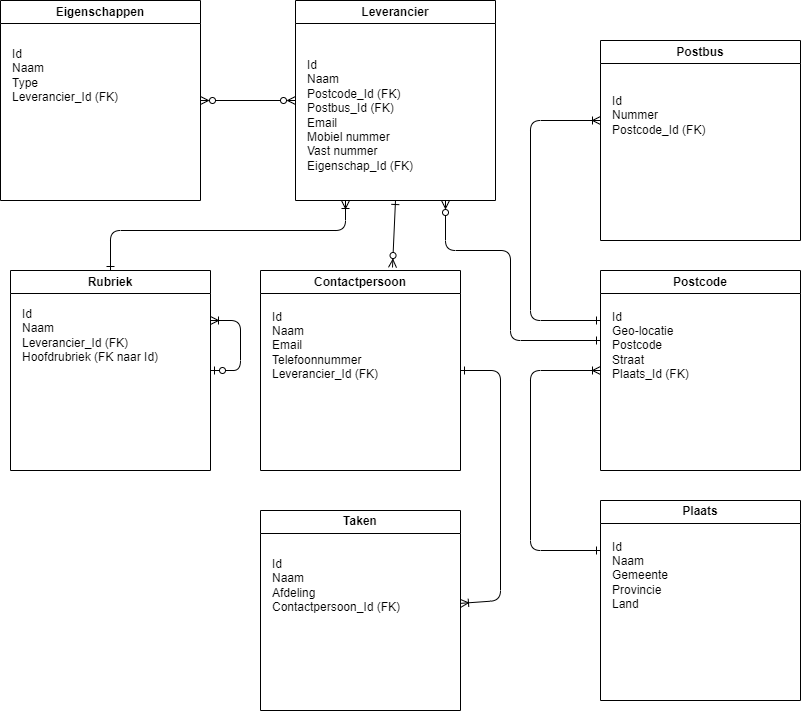
This is relational-data-storage/opdracht-1/DS-opdracht-1-v1.drawio.png from Dabra720/educom-data-science, a draw.io export, as it was before one commit. Source tidied: cells renumbered, new cells last; positions are measured from the earlier drawing's top-left corner, leaving out a move shared by most shapes. Source of this version:
```xml
<mxGraphModel>
  <root>
    <mxCell id="0" />
    <mxCell id="1" parent="0" />
    <mxCell id="2" style="edgeStyle=none;html=1;startArrow=ERzeroToMany;startFill=0;endArrow=ERone;endFill=0;exitX=0.75;exitY=1;exitDx=0;exitDy=0;" parent="1" edge="1" source="3">
      <mxGeometry relative="1" as="geometry">
        <mxPoint x="600" y="340" as="targetPoint" />
        <Array as="points">
          <mxPoint x="445" y="250" />
          <mxPoint x="510" y="250" />
          <mxPoint x="510" y="340" />
        </Array>
      </mxGeometry>
    </mxCell>
    <mxCell id="3" value="Leverancier" style="swimlane;whiteSpace=wrap;html=1;" parent="1" vertex="1">
      <mxGeometry x="295" width="200" height="200" as="geometry" />
    </mxCell>
    <mxCell id="4" value="Id&lt;br&gt;Naam&lt;br&gt;Postcode_Id (FK)&lt;br&gt;Postbus_Id (FK)&lt;br&gt;Email&lt;br&gt;Mobiel nummer&lt;br&gt;Vast nummer&lt;br&gt;Eigenschap_Id (FK)" style="text;html=1;align=left;verticalAlign=middle;strokeColor=none;fillColor=none;" parent="3" vertex="1">
      <mxGeometry x="10" y="50" width="130" height="130" as="geometry" />
    </mxCell>
    <mxCell id="5" style="edgeStyle=none;html=1;entryX=0.25;entryY=1;entryDx=0;entryDy=0;endArrow=ERoneToMany;endFill=0;startArrow=ERone;startFill=0;" parent="1" edge="1" source="7" target="3">
      <mxGeometry relative="1" as="geometry">
        <Array as="points">
          <mxPoint x="110" y="230" />
          <mxPoint x="345" y="230" />
        </Array>
      </mxGeometry>
    </mxCell>
    <mxCell id="6" style="edgeStyle=none;html=1;startArrow=ERzeroToOne;startFill=0;endArrow=ERoneToMany;endFill=0;entryX=1;entryY=0.25;entryDx=0;entryDy=0;exitX=1;exitY=0.5;exitDx=0;exitDy=0;" parent="1" edge="1" source="7" target="7">
      <mxGeometry relative="1" as="geometry">
        <Array as="points">
          <mxPoint x="240" y="370" />
          <mxPoint x="240" y="320" />
        </Array>
      </mxGeometry>
    </mxCell>
    <mxCell id="7" value="Rubriek" style="swimlane;whiteSpace=wrap;html=1;" parent="1" vertex="1">
      <mxGeometry x="10" y="270" width="200" height="200" as="geometry" />
    </mxCell>
    <mxCell id="8" value="Id&lt;br&gt;Naam&lt;br&gt;Leverancier_Id (FK)&lt;br&gt;Hoofdrubriek (FK naar Id)" style="text;html=1;align=left;verticalAlign=middle;strokeColor=none;fillColor=none;" parent="7" vertex="1">
      <mxGeometry x="10" y="30" width="160" height="70" as="geometry" />
    </mxCell>
    <mxCell id="9" style="edgeStyle=none;html=1;entryX=0.5;entryY=1;entryDx=0;entryDy=0;startArrow=ERzeroToMany;startFill=0;endArrow=ERone;endFill=0;exitX=0.66;exitY=-0.015;exitDx=0;exitDy=0;exitPerimeter=0;" parent="1" edge="1" source="10" target="3">
      <mxGeometry relative="1" as="geometry" />
    </mxCell>
    <mxCell id="10" value="Contactpersoon" style="swimlane;whiteSpace=wrap;html=1;" parent="1" vertex="1">
      <mxGeometry x="260" y="270" width="200" height="200" as="geometry" />
    </mxCell>
    <mxCell id="11" value="Id&lt;br&gt;Naam&lt;br&gt;Email&lt;br&gt;Telefoonnummer&lt;br&gt;Leverancier_Id (FK)" style="text;html=1;align=left;verticalAlign=middle;strokeColor=none;fillColor=none;" parent="10" vertex="1">
      <mxGeometry x="10" y="30" width="130" height="90" as="geometry" />
    </mxCell>
    <mxCell id="12" style="edgeStyle=none;html=1;entryX=0;entryY=0.25;entryDx=0;entryDy=0;startArrow=ERoneToMany;startFill=0;endArrow=ERone;endFill=0;" parent="1" edge="1" source="13" target="15">
      <mxGeometry relative="1" as="geometry">
        <Array as="points">
          <mxPoint x="530" y="370" />
          <mxPoint x="530" y="550" />
        </Array>
      </mxGeometry>
    </mxCell>
    <mxCell id="13" value="Postcode" style="swimlane;whiteSpace=wrap;html=1;" parent="1" vertex="1">
      <mxGeometry x="600" y="270" width="200" height="200" as="geometry" />
    </mxCell>
    <mxCell id="14" value="Id&lt;br&gt;Geo-locatie&lt;br&gt;Postcode&lt;br&gt;Straat&lt;br&gt;Plaats_Id (FK)" style="text;html=1;align=left;verticalAlign=middle;strokeColor=none;fillColor=none;" parent="13" vertex="1">
      <mxGeometry x="10" y="30" width="100" height="90" as="geometry" />
    </mxCell>
    <mxCell id="15" value="Plaats" style="swimlane;whiteSpace=wrap;html=1;" parent="1" vertex="1">
      <mxGeometry x="600" y="500" width="200" height="200" as="geometry" />
    </mxCell>
    <mxCell id="16" value="Id&lt;br&gt;Naam&lt;br&gt;Gemeente&lt;br&gt;Provincie&lt;br&gt;Land" style="text;html=1;align=left;verticalAlign=middle;strokeColor=none;fillColor=none;" parent="15" vertex="1">
      <mxGeometry x="10" y="30" width="80" height="90" as="geometry" />
    </mxCell>
    <mxCell id="17" style="edgeStyle=none;html=1;entryX=0;entryY=0.25;entryDx=0;entryDy=0;startArrow=ERoneToMany;startFill=0;endArrow=ERone;endFill=0;" parent="1" edge="1" target="13">
      <mxGeometry relative="1" as="geometry">
        <mxPoint x="600" y="120" as="sourcePoint" />
        <Array as="points">
          <mxPoint x="530" y="120" />
          <mxPoint x="530" y="320" />
        </Array>
      </mxGeometry>
    </mxCell>
    <mxCell id="18" value="Postbus" style="swimlane;whiteSpace=wrap;html=1;" parent="1" vertex="1">
      <mxGeometry x="600" y="40" width="200" height="200" as="geometry" />
    </mxCell>
    <mxCell id="19" value="Id&lt;br&gt;Nummer&lt;br&gt;Postcode_Id (FK)" style="text;html=1;align=left;verticalAlign=middle;strokeColor=none;fillColor=none;" parent="18" vertex="1">
      <mxGeometry x="10" y="45" width="120" height="60" as="geometry" />
    </mxCell>
    <mxCell id="20" style="edgeStyle=none;html=1;entryX=0;entryY=0.5;entryDx=0;entryDy=0;startArrow=ERzeroToMany;startFill=0;endArrow=ERzeroToMany;endFill=0;" parent="1" edge="1" source="21" target="3">
      <mxGeometry relative="1" as="geometry" />
    </mxCell>
    <mxCell id="21" value="Eigenschappen" style="swimlane;whiteSpace=wrap;html=1;" parent="1" vertex="1">
      <mxGeometry width="200" height="200" as="geometry" />
    </mxCell>
    <mxCell id="22" value="Id&lt;br&gt;Naam&lt;br&gt;Type&lt;br&gt;Leverancier_Id (FK)" style="text;html=1;align=left;verticalAlign=middle;strokeColor=none;fillColor=none;" parent="21" vertex="1">
      <mxGeometry x="10" y="40" width="130" height="70" as="geometry" />
    </mxCell>
    <mxCell id="23" style="edgeStyle=none;html=1;entryX=1;entryY=0.5;entryDx=0;entryDy=0;startArrow=ERoneToMany;startFill=0;endArrow=ERone;endFill=0;" parent="1" edge="1" source="24" target="10">
      <mxGeometry relative="1" as="geometry">
        <Array as="points">
          <mxPoint x="500" y="600" />
          <mxPoint x="500" y="370" />
        </Array>
      </mxGeometry>
    </mxCell>
    <mxCell id="24" value="Taken" style="swimlane;whiteSpace=wrap;html=1;" parent="1" vertex="1">
      <mxGeometry x="260" y="510" width="200" height="200" as="geometry" />
    </mxCell>
    <mxCell id="25" value="Id&lt;br&gt;Naam&lt;br&gt;Afdeling&lt;br&gt;Contactpersoon_Id (FK)" style="text;html=1;align=left;verticalAlign=middle;strokeColor=none;fillColor=none;" parent="24" vertex="1">
      <mxGeometry x="10" y="40" width="150" height="70" as="geometry" />
    </mxCell>
  </root>
</mxGraphModel>
```
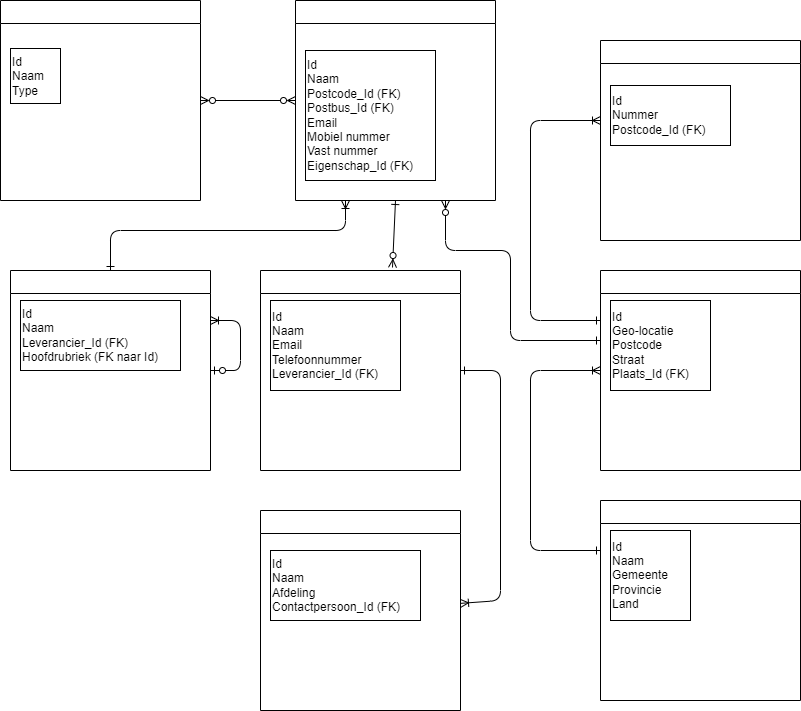
After the commit.

What changed in the source:
```diff
@@ -1,8 +1,8 @@
-<mxGraphModel>
+<mxGraphModel background="#ffffff">
   <root>
     <mxCell id="0" />
     <mxCell id="1" parent="0" />
-    <mxCell id="2" style="edgeStyle=none;html=1;startArrow=ERzeroToMany;startFill=0;endArrow=ERone;endFill=0;exitX=0.75;exitY=1;exitDx=0;exitDy=0;" parent="1" edge="1" source="3">
+    <mxCell id="2" style="edgeStyle=none;html=1;startArrow=ERzeroToMany;startFill=0;endArrow=ERone;endFill=0;exitX=0.75;exitY=1;exitDx=0;exitDy=0;strokeColor=#000000;fontColor=#000000;" parent="1" edge="1" source="3">
       <mxGeometry relative="1" as="geometry">
         <mxPoint x="600" y="340" as="targetPoint" />
         <Array as="points">
@@ -12,13 +12,13 @@
         </Array>
       </mxGeometry>
     </mxCell>
-    <mxCell id="3" value="Leverancier" style="swimlane;whiteSpace=wrap;html=1;" parent="1" vertex="1">
+    <mxCell id="3" value="Leverancier" style="swimlane;whiteSpace=wrap;html=1;strokeColor=#000000;fontColor=#FFFFFF;" parent="1" vertex="1">
       <mxGeometry x="295" width="200" height="200" as="geometry" />
     </mxCell>
-    <mxCell id="4" value="Id&lt;br&gt;Naam&lt;br&gt;Postcode_Id (FK)&lt;br&gt;Postbus_Id (FK)&lt;br&gt;Email&lt;br&gt;Mobiel nummer&lt;br&gt;Vast nummer&lt;br&gt;Eigenschap_Id (FK)" style="text;html=1;align=left;verticalAlign=middle;strokeColor=none;fillColor=none;" parent="3" vertex="1">
+    <mxCell id="4" value="Id&lt;br&gt;Naam&lt;br&gt;Postcode_Id (FK)&lt;br&gt;Postbus_Id (FK)&lt;br&gt;Email&lt;br&gt;Mobiel nummer&lt;br&gt;Vast nummer&lt;br&gt;Eigenschap_Id (FK)" style="text;html=1;align=left;verticalAlign=middle;strokeColor=#000000;fillColor=none;fontColor=#000000;" parent="3" vertex="1">
       <mxGeometry x="10" y="50" width="130" height="130" as="geometry" />
     </mxCell>
-    <mxCell id="5" style="edgeStyle=none;html=1;entryX=0.25;entryY=1;entryDx=0;entryDy=0;endArrow=ERoneToMany;endFill=0;startArrow=ERone;startFill=0;" parent="1" edge="1" source="7" target="3">
+    <mxCell id="5" style="edgeStyle=none;html=1;entryX=0.25;entryY=1;entryDx=0;entryDy=0;endArrow=ERoneToMany;endFill=0;startArrow=ERone;startFill=0;strokeColor=#000000;fontColor=#000000;" parent="1" edge="1" source="7" target="3">
       <mxGeometry relative="1" as="geometry">
         <Array as="points">
           <mxPoint x="110" y="230" />
@@ -26,7 +26,7 @@
         </Array>
       </mxGeometry>
     </mxCell>
-    <mxCell id="6" style="edgeStyle=none;html=1;startArrow=ERzeroToOne;startFill=0;endArrow=ERoneToMany;endFill=0;entryX=1;entryY=0.25;entryDx=0;entryDy=0;exitX=1;exitY=0.5;exitDx=0;exitDy=0;" parent="1" edge="1" source="7" target="7">
+    <mxCell id="6" style="edgeStyle=none;html=1;startArrow=ERzeroToOne;startFill=0;endArrow=ERoneToMany;endFill=0;entryX=1;entryY=0.25;entryDx=0;entryDy=0;exitX=1;exitY=0.5;exitDx=0;exitDy=0;strokeColor=#000000;fontColor=#000000;" parent="1" edge="1" source="7" target="7">
       <mxGeometry relative="1" as="geometry">
         <Array as="points">
           <mxPoint x="240" y="370" />
@@ -34,22 +34,22 @@
         </Array>
       </mxGeometry>
     </mxCell>
-    <mxCell id="7" value="Rubriek" style="swimlane;whiteSpace=wrap;html=1;" parent="1" vertex="1">
+    <mxCell id="7" value="Rubriek" style="swimlane;whiteSpace=wrap;html=1;strokeColor=#000000;fontColor=#FFFFFF;" parent="1" vertex="1">
       <mxGeometry x="10" y="270" width="200" height="200" as="geometry" />
     </mxCell>
-    <mxCell id="8" value="Id&lt;br&gt;Naam&lt;br&gt;Leverancier_Id (FK)&lt;br&gt;Hoofdrubriek (FK naar Id)" style="text;html=1;align=left;verticalAlign=middle;strokeColor=none;fillColor=none;" parent="7" vertex="1">
+    <mxCell id="8" value="Id&lt;br&gt;Naam&lt;br&gt;Leverancier_Id (FK)&lt;br&gt;Hoofdrubriek (FK naar Id)" style="text;html=1;align=left;verticalAlign=middle;strokeColor=#000000;fillColor=none;fontColor=#000000;" parent="7" vertex="1">
       <mxGeometry x="10" y="30" width="160" height="70" as="geometry" />
     </mxCell>
-    <mxCell id="9" style="edgeStyle=none;html=1;entryX=0.5;entryY=1;entryDx=0;entryDy=0;startArrow=ERzeroToMany;startFill=0;endArrow=ERone;endFill=0;exitX=0.66;exitY=-0.015;exitDx=0;exitDy=0;exitPerimeter=0;" parent="1" edge="1" source="10" target="3">
+    <mxCell id="9" style="edgeStyle=none;html=1;entryX=0.5;entryY=1;entryDx=0;entryDy=0;startArrow=ERzeroToMany;startFill=0;endArrow=ERone;endFill=0;exitX=0.66;exitY=-0.015;exitDx=0;exitDy=0;exitPerimeter=0;strokeColor=#000000;fontColor=#000000;" parent="1" edge="1" source="10" target="3">
       <mxGeometry relative="1" as="geometry" />
     </mxCell>
-    <mxCell id="10" value="Contactpersoon" style="swimlane;whiteSpace=wrap;html=1;" parent="1" vertex="1">
+    <mxCell id="10" value="Contactpersoon" style="swimlane;whiteSpace=wrap;html=1;strokeColor=#000000;fontColor=#FFFFFF;" parent="1" vertex="1">
       <mxGeometry x="260" y="270" width="200" height="200" as="geometry" />
     </mxCell>
-    <mxCell id="11" value="Id&lt;br&gt;Naam&lt;br&gt;Email&lt;br&gt;Telefoonnummer&lt;br&gt;Leverancier_Id (FK)" style="text;html=1;align=left;verticalAlign=middle;strokeColor=none;fillColor=none;" parent="10" vertex="1">
+    <mxCell id="11" value="Id&lt;br&gt;Naam&lt;br&gt;Email&lt;br&gt;Telefoonnummer&lt;br&gt;Leverancier_Id (FK)" style="text;html=1;align=left;verticalAlign=middle;strokeColor=#000000;fillColor=none;fontColor=#000000;" parent="10" vertex="1">
       <mxGeometry x="10" y="30" width="130" height="90" as="geometry" />
     </mxCell>
-    <mxCell id="12" style="edgeStyle=none;html=1;entryX=0;entryY=0.25;entryDx=0;entryDy=0;startArrow=ERoneToMany;startFill=0;endArrow=ERone;endFill=0;" parent="1" edge="1" source="13" target="15">
+    <mxCell id="12" style="edgeStyle=none;html=1;entryX=0;entryY=0.25;entryDx=0;entryDy=0;startArrow=ERoneToMany;startFill=0;endArrow=ERone;endFill=0;strokeColor=#000000;fontColor=#000000;" parent="1" edge="1" source="13" target="15">
       <mxGeometry relative="1" as="geometry">
         <Array as="points">
           <mxPoint x="530" y="370" />
@@ -57,19 +57,19 @@
         </Array>
       </mxGeometry>
     </mxCell>
-    <mxCell id="13" value="Postcode" style="swimlane;whiteSpace=wrap;html=1;" parent="1" vertex="1">
+    <mxCell id="13" value="Postcode" style="swimlane;whiteSpace=wrap;html=1;strokeColor=#000000;fontColor=#FFFFFF;" parent="1" vertex="1">
       <mxGeometry x="600" y="270" width="200" height="200" as="geometry" />
     </mxCell>
-    <mxCell id="14" value="Id&lt;br&gt;Geo-locatie&lt;br&gt;Postcode&lt;br&gt;Straat&lt;br&gt;Plaats_Id (FK)" style="text;html=1;align=left;verticalAlign=middle;strokeColor=none;fillColor=none;" parent="13" vertex="1">
+    <mxCell id="14" value="Id&lt;br&gt;Geo-locatie&lt;br&gt;Postcode&lt;br&gt;Straat&lt;br&gt;Plaats_Id (FK)" style="text;html=1;align=left;verticalAlign=middle;strokeColor=#000000;fillColor=none;fontColor=#000000;" parent="13" vertex="1">
       <mxGeometry x="10" y="30" width="100" height="90" as="geometry" />
     </mxCell>
-    <mxCell id="15" value="Plaats" style="swimlane;whiteSpace=wrap;html=1;" parent="1" vertex="1">
+    <mxCell id="15" value="Plaats" style="swimlane;whiteSpace=wrap;html=1;strokeColor=#000000;fontColor=#FFFFFF;" parent="1" vertex="1">
       <mxGeometry x="600" y="500" width="200" height="200" as="geometry" />
     </mxCell>
-    <mxCell id="16" value="Id&lt;br&gt;Naam&lt;br&gt;Gemeente&lt;br&gt;Provincie&lt;br&gt;Land" style="text;html=1;align=left;verticalAlign=middle;strokeColor=none;fillColor=none;" parent="15" vertex="1">
+    <mxCell id="16" value="Id&lt;br&gt;Naam&lt;br&gt;Gemeente&lt;br&gt;Provincie&lt;br&gt;Land" style="text;html=1;align=left;verticalAlign=middle;strokeColor=#000000;fillColor=none;fontColor=#000000;" parent="15" vertex="1">
       <mxGeometry x="10" y="30" width="80" height="90" as="geometry" />
     </mxCell>
-    <mxCell id="17" style="edgeStyle=none;html=1;entryX=0;entryY=0.25;entryDx=0;entryDy=0;startArrow=ERoneToMany;startFill=0;endArrow=ERone;endFill=0;" parent="1" edge="1" target="13">
+    <mxCell id="17" style="edgeStyle=none;html=1;entryX=0;entryY=0.25;entryDx=0;entryDy=0;startArrow=ERoneToMany;startFill=0;endArrow=ERone;endFill=0;strokeColor=#000000;fontColor=#000000;" parent="1" edge="1" target="13">
       <mxGeometry relative="1" as="geometry">
         <mxPoint x="600" y="120" as="sourcePoint" />
         <Array as="points">
@@ -78,22 +78,22 @@
         </Array>
       </mxGeometry>
     </mxCell>
-    <mxCell id="18" value="Postbus" style="swimlane;whiteSpace=wrap;html=1;" parent="1" vertex="1">
+    <mxCell id="18" value="Postbus" style="swimlane;whiteSpace=wrap;html=1;strokeColor=#000000;fontColor=#FFFFFF;" parent="1" vertex="1">
       <mxGeometry x="600" y="40" width="200" height="200" as="geometry" />
     </mxCell>
-    <mxCell id="19" value="Id&lt;br&gt;Nummer&lt;br&gt;Postcode_Id (FK)" style="text;html=1;align=left;verticalAlign=middle;strokeColor=none;fillColor=none;" parent="18" vertex="1">
+    <mxCell id="19" value="Id&lt;br&gt;Nummer&lt;br&gt;Postcode_Id (FK)" style="text;html=1;align=left;verticalAlign=middle;strokeColor=#000000;fillColor=none;fontColor=#000000;" parent="18" vertex="1">
       <mxGeometry x="10" y="45" width="120" height="60" as="geometry" />
     </mxCell>
-    <mxCell id="20" style="edgeStyle=none;html=1;entryX=0;entryY=0.5;entryDx=0;entryDy=0;startArrow=ERzeroToMany;startFill=0;endArrow=ERzeroToMany;endFill=0;" parent="1" edge="1" source="21" target="3">
+    <mxCell id="20" style="edgeStyle=none;html=1;entryX=0;entryY=0.5;entryDx=0;entryDy=0;startArrow=ERzeroToMany;startFill=0;endArrow=ERzeroToMany;endFill=0;strokeColor=#000000;fontColor=#000000;" parent="1" edge="1" source="21" target="3">
       <mxGeometry relative="1" as="geometry" />
     </mxCell>
-    <mxCell id="21" value="Eigenschappen" style="swimlane;whiteSpace=wrap;html=1;" parent="1" vertex="1">
+    <mxCell id="21" value="Eigenschappen" style="swimlane;whiteSpace=wrap;html=1;strokeColor=#000000;fontColor=#FFFFFF;" parent="1" vertex="1">
       <mxGeometry width="200" height="200" as="geometry" />
     </mxCell>
-    <mxCell id="22" value="Id&lt;br&gt;Naam&lt;br&gt;Type&lt;br&gt;Leverancier_Id (FK)" style="text;html=1;align=left;verticalAlign=middle;strokeColor=none;fillColor=none;" parent="21" vertex="1">
-      <mxGeometry x="10" y="40" width="130" height="70" as="geometry" />
+    <mxCell id="22" value="Id&lt;br&gt;Naam&lt;br&gt;Type" style="text;html=1;align=left;verticalAlign=middle;strokeColor=#000000;fillColor=none;fontColor=#000000;" parent="21" vertex="1">
+      <mxGeometry x="10" y="48" width="50" height="55" as="geometry" />
     </mxCell>
-    <mxCell id="23" style="edgeStyle=none;html=1;entryX=1;entryY=0.5;entryDx=0;entryDy=0;startArrow=ERoneToMany;startFill=0;endArrow=ERone;endFill=0;" parent="1" edge="1" source="24" target="10">
+    <mxCell id="23" style="edgeStyle=none;html=1;entryX=1;entryY=0.5;entryDx=0;entryDy=0;startArrow=ERoneToMany;startFill=0;endArrow=ERone;endFill=0;strokeColor=#000000;fontColor=#000000;" parent="1" edge="1" source="24" target="10">
       <mxGeometry relative="1" as="geometry">
         <Array as="points">
           <mxPoint x="500" y="600" />
@@ -101,10 +101,10 @@
         </Array>
       </mxGeometry>
     </mxCell>
-    <mxCell id="24" value="Taken" style="swimlane;whiteSpace=wrap;html=1;" parent="1" vertex="1">
+    <mxCell id="24" value="Taken" style="swimlane;whiteSpace=wrap;html=1;strokeColor=#000000;fontColor=#FFFFFF;" parent="1" vertex="1">
       <mxGeometry x="260" y="510" width="200" height="200" as="geometry" />
     </mxCell>
-    <mxCell id="25" value="Id&lt;br&gt;Naam&lt;br&gt;Afdeling&lt;br&gt;Contactpersoon_Id (FK)" style="text;html=1;align=left;verticalAlign=middle;strokeColor=none;fillColor=none;" parent="24" vertex="1">
+    <mxCell id="25" value="Id&lt;br&gt;Naam&lt;br&gt;Afdeling&lt;br&gt;Contactpersoon_Id (FK)" style="text;html=1;align=left;verticalAlign=middle;strokeColor=#000000;fillColor=none;fontColor=#000000;" parent="24" vertex="1">
       <mxGeometry x="10" y="40" width="150" height="70" as="geometry" />
     </mxCell>
   </root>
```
